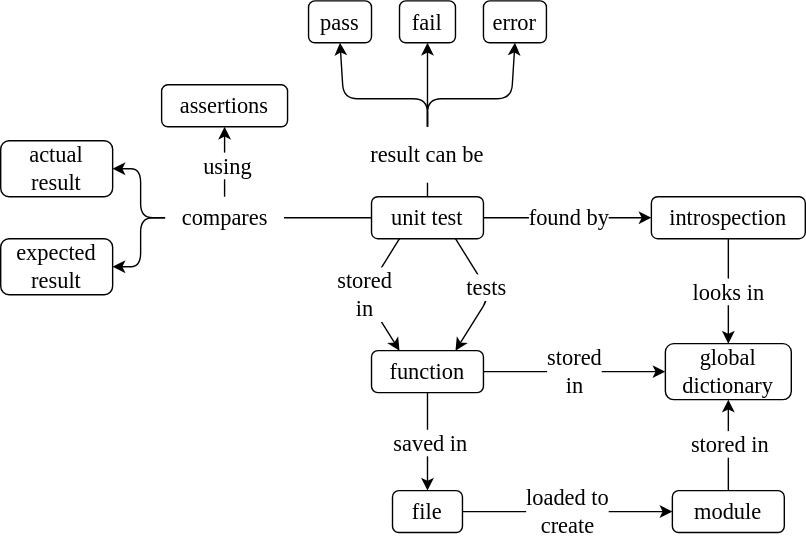
Above: sdxpy/tester/tester_concept_map.svg in gvwilson/thirdbit (draw.io), before the change. Source tidied: cells renumbered, new cells last; positions are measured from the earlier drawing's top-left corner, leaving out a move shared by most shapes.
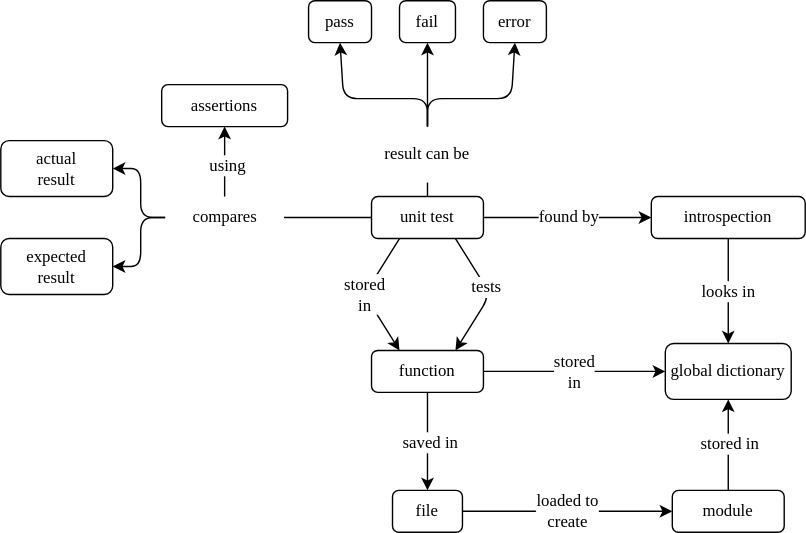
After the change.

What changed in the source:
```diff
@@ -2,31 +2,31 @@
   <root>
     <mxCell id="0" />
     <mxCell id="1" parent="0" />
-    <mxCell id="2" value="&lt;font style=&quot;font-size: 16px;&quot;&gt;unit test&lt;/font&gt;" style="rounded=1;whiteSpace=wrap;html=1;hachureGap=4;fontFamily=Verdana;fontSize=16;fillColor=none;" parent="1" vertex="1">
+    <mxCell id="2" value="&lt;font style=&quot;font-size: 12px;&quot;&gt;unit test&lt;/font&gt;" style="rounded=1;whiteSpace=wrap;html=1;hachureGap=4;fontFamily=Verdana;fontSize=12;fillColor=none;" parent="1" vertex="1">
       <mxGeometry x="265" y="140" width="80" height="30" as="geometry" />
     </mxCell>
-    <mxCell id="3" value="&lt;font style=&quot;font-size: 16px;&quot;&gt;pass&lt;/font&gt;" style="rounded=1;whiteSpace=wrap;html=1;hachureGap=4;fontFamily=Verdana;fontSize=16;fillColor=none;" parent="1" vertex="1">
+    <mxCell id="3" value="&lt;font style=&quot;font-size: 12px;&quot;&gt;pass&lt;/font&gt;" style="rounded=1;whiteSpace=wrap;html=1;hachureGap=4;fontFamily=Verdana;fontSize=12;fillColor=none;" parent="1" vertex="1">
       <mxGeometry x="220" width="45" height="30" as="geometry" />
     </mxCell>
-    <mxCell id="4" value="&lt;font style=&quot;font-size: 16px;&quot;&gt;fail&lt;/font&gt;" style="rounded=1;whiteSpace=wrap;html=1;hachureGap=4;fontFamily=Verdana;fontSize=16;fillColor=none;" parent="1" vertex="1">
+    <mxCell id="4" value="&lt;font style=&quot;font-size: 12px;&quot;&gt;fail&lt;/font&gt;" style="rounded=1;whiteSpace=wrap;html=1;hachureGap=4;fontFamily=Verdana;fontSize=12;fillColor=none;" parent="1" vertex="1">
       <mxGeometry x="285" width="40" height="30" as="geometry" />
     </mxCell>
-    <mxCell id="5" value="&lt;font style=&quot;font-size: 16px;&quot;&gt;error&lt;/font&gt;" style="rounded=1;whiteSpace=wrap;html=1;hachureGap=4;fontFamily=Verdana;fontSize=16;fillColor=none;" parent="1" vertex="1">
+    <mxCell id="5" value="&lt;font style=&quot;font-size: 12px;&quot;&gt;error&lt;/font&gt;" style="rounded=1;whiteSpace=wrap;html=1;hachureGap=4;fontFamily=Verdana;fontSize=12;fillColor=none;" parent="1" vertex="1">
       <mxGeometry x="345" width="45" height="30" as="geometry" />
     </mxCell>
-    <mxCell id="6" value="&lt;font style=&quot;font-size: 16px; line-height: 1;&quot;&gt;actual&lt;br style=&quot;font-size: 16px;&quot;&gt;result&lt;br style=&quot;font-size: 16px;&quot;&gt;&lt;/font&gt;" style="rounded=1;whiteSpace=wrap;html=1;hachureGap=4;fontFamily=Verdana;fontSize=16;fillColor=none;" parent="1" vertex="1">
+    <mxCell id="6" value="&lt;font style=&quot;font-size: 12px; line-height: 1;&quot;&gt;actual&lt;br style=&quot;font-size: 12px;&quot;&gt;result&lt;br style=&quot;font-size: 12px;&quot;&gt;&lt;/font&gt;" style="rounded=1;whiteSpace=wrap;html=1;hachureGap=4;fontFamily=Verdana;fontSize=12;fillColor=none;" parent="1" vertex="1">
       <mxGeometry y="100" width="80" height="40" as="geometry" />
     </mxCell>
-    <mxCell id="7" value="&lt;font style=&quot;font-size: 16px; line-height: 1;&quot;&gt;expected&lt;br style=&quot;font-size: 16px;&quot;&gt;result&lt;br style=&quot;font-size: 16px;&quot;&gt;&lt;/font&gt;" style="rounded=1;whiteSpace=wrap;html=1;hachureGap=4;fontFamily=Verdana;fontSize=16;fillColor=none;" parent="1" vertex="1">
+    <mxCell id="7" value="&lt;font style=&quot;font-size: 12px; line-height: 1;&quot;&gt;expected&lt;br style=&quot;font-size: 12px;&quot;&gt;result&lt;br style=&quot;font-size: 12px;&quot;&gt;&lt;/font&gt;" style="rounded=1;whiteSpace=wrap;html=1;hachureGap=4;fontFamily=Verdana;fontSize=12;fillColor=none;" parent="1" vertex="1">
       <mxGeometry y="170" width="80" height="40" as="geometry" />
     </mxCell>
-    <mxCell id="8" value="&lt;font style=&quot;font-size: 16px; line-height: 1;&quot;&gt;introspection&lt;br style=&quot;font-size: 16px;&quot;&gt;&lt;/font&gt;" style="rounded=1;whiteSpace=wrap;html=1;hachureGap=4;fontFamily=Verdana;fontSize=16;fillColor=none;" parent="1" vertex="1">
+    <mxCell id="8" value="&lt;font style=&quot;font-size: 12px; line-height: 1;&quot;&gt;introspection&lt;br style=&quot;font-size: 12px;&quot;&gt;&lt;/font&gt;" style="rounded=1;whiteSpace=wrap;html=1;hachureGap=4;fontFamily=Verdana;fontSize=12;fillColor=none;" parent="1" vertex="1">
       <mxGeometry x="465" y="140" width="110" height="30" as="geometry" />
     </mxCell>
-    <mxCell id="9" value="&lt;font style=&quot;font-size: 16px;&quot;&gt;assertions&lt;/font&gt;" style="rounded=1;whiteSpace=wrap;html=1;hachureGap=4;fontFamily=Verdana;fontSize=16;fillColor=none;" parent="1" vertex="1">
+    <mxCell id="9" value="&lt;font style=&quot;font-size: 12px;&quot;&gt;assertions&lt;/font&gt;" style="rounded=1;whiteSpace=wrap;html=1;hachureGap=4;fontFamily=Verdana;fontSize=12;fillColor=none;" parent="1" vertex="1">
       <mxGeometry x="115" y="60" width="90" height="30" as="geometry" />
     </mxCell>
-    <mxCell id="10" style="endArrow=classic;html=1;rounded=1;hachureGap=4;fontFamily=Verdana;fontSize=16;sourcePerimeterSpacing=8;targetPerimeterSpacing=8;entryX=0.5;entryY=1;entryDx=0;entryDy=0;exitX=0.5;exitY=0;exitDx=0;exitDy=0;" parent="1" edge="1" source="11" target="3">
+    <mxCell id="10" style="endArrow=classic;html=1;rounded=1;hachureGap=4;fontFamily=Verdana;fontSize=12;sourcePerimeterSpacing=8;targetPerimeterSpacing=8;entryX=0.5;entryY=1;entryDx=0;entryDy=0;exitX=0.5;exitY=0;exitDx=0;exitDy=0;" parent="1" edge="1" source="11" target="3">
       <mxGeometry relative="1" as="geometry">
         <Array as="points">
           <mxPoint x="305" y="70" />
@@ -34,10 +34,10 @@
         </Array>
       </mxGeometry>
     </mxCell>
-    <mxCell id="11" value="result can be" style="text;html=1;strokeColor=none;fillColor=none;align=center;verticalAlign=middle;whiteSpace=wrap;rounded=0;sketch=1;hachureGap=4;fontFamily=Verdana;fontSize=16;" parent="1" vertex="1">
+    <mxCell id="11" value="result can be" style="text;html=1;strokeColor=none;fillColor=none;align=center;verticalAlign=middle;whiteSpace=wrap;rounded=0;sketch=1;hachureGap=4;fontFamily=Verdana;fontSize=12;" parent="1" vertex="1">
       <mxGeometry x="240" y="90" width="130" height="40" as="geometry" />
     </mxCell>
-    <mxCell id="12" style="endArrow=classic;html=1;rounded=1;hachureGap=4;fontFamily=Verdana;fontSize=16;sourcePerimeterSpacing=8;targetPerimeterSpacing=8;entryX=0.5;entryY=1;entryDx=0;entryDy=0;exitX=0.5;exitY=0;exitDx=0;exitDy=0;" parent="1" edge="1" source="11" target="5">
+    <mxCell id="12" style="endArrow=classic;html=1;rounded=1;hachureGap=4;fontFamily=Verdana;fontSize=12;sourcePerimeterSpacing=8;targetPerimeterSpacing=8;entryX=0.5;entryY=1;entryDx=0;entryDy=0;exitX=0.5;exitY=0;exitDx=0;exitDy=0;" parent="1" edge="1" source="11" target="5">
       <mxGeometry relative="1" as="geometry">
         <Array as="points">
           <mxPoint x="305" y="70" />
@@ -45,13 +45,13 @@
         </Array>
       </mxGeometry>
     </mxCell>
-    <mxCell id="13" value="compares" style="text;html=1;strokeColor=none;fillColor=none;align=center;verticalAlign=middle;whiteSpace=wrap;rounded=0;sketch=1;hachureGap=4;fontFamily=Verdana;fontSize=16;" parent="1" vertex="1">
+    <mxCell id="13" value="compares" style="text;html=1;strokeColor=none;fillColor=none;align=center;verticalAlign=middle;whiteSpace=wrap;rounded=0;sketch=1;hachureGap=4;fontFamily=Verdana;fontSize=12;" parent="1" vertex="1">
       <mxGeometry x="117.5" y="140" width="85" height="30" as="geometry" />
     </mxCell>
-    <mxCell id="14" style="endArrow=none;html=1;rounded=0;hachureGap=4;fontFamily=Verdana;fontSize=16;sourcePerimeterSpacing=8;targetPerimeterSpacing=8;curved=1;entryX=0;entryY=0.5;entryDx=0;entryDy=0;exitX=1;exitY=0.5;exitDx=0;exitDy=0;" parent="1" edge="1" source="13" target="2">
+    <mxCell id="14" style="endArrow=none;html=1;rounded=0;hachureGap=4;fontFamily=Verdana;fontSize=12;sourcePerimeterSpacing=8;targetPerimeterSpacing=8;curved=1;entryX=0;entryY=0.5;entryDx=0;entryDy=0;exitX=1;exitY=0.5;exitDx=0;exitDy=0;" parent="1" edge="1" source="13" target="2">
       <mxGeometry relative="1" as="geometry" />
     </mxCell>
-    <mxCell id="15" style="endArrow=classic;html=1;rounded=1;hachureGap=4;fontFamily=Verdana;fontSize=16;sourcePerimeterSpacing=8;targetPerimeterSpacing=8;entryX=1;entryY=0.5;entryDx=0;entryDy=0;exitX=0;exitY=0.5;exitDx=0;exitDy=0;" parent="1" edge="1" source="13" target="6">
+    <mxCell id="15" style="endArrow=classic;html=1;rounded=1;hachureGap=4;fontFamily=Verdana;fontSize=12;sourcePerimeterSpacing=8;targetPerimeterSpacing=8;entryX=1;entryY=0.5;entryDx=0;entryDy=0;exitX=0;exitY=0.5;exitDx=0;exitDy=0;" parent="1" edge="1" source="13" target="6">
       <mxGeometry relative="1" as="geometry">
         <Array as="points">
           <mxPoint x="100" y="155" />
@@ -59,7 +59,7 @@
         </Array>
       </mxGeometry>
     </mxCell>
-    <mxCell id="16" style="endArrow=classic;html=1;rounded=1;hachureGap=4;fontFamily=Verdana;fontSize=16;sourcePerimeterSpacing=8;targetPerimeterSpacing=8;entryX=1;entryY=0.5;entryDx=0;entryDy=0;exitX=0;exitY=0.5;exitDx=0;exitDy=0;" parent="1" edge="1" source="13" target="7">
+    <mxCell id="16" style="endArrow=classic;html=1;rounded=1;hachureGap=4;fontFamily=Verdana;fontSize=12;sourcePerimeterSpacing=8;targetPerimeterSpacing=8;entryX=1;entryY=0.5;entryDx=0;entryDy=0;exitX=0;exitY=0.5;exitDx=0;exitDy=0;" parent="1" edge="1" source="13" target="7">
       <mxGeometry relative="1" as="geometry">
         <Array as="points">
           <mxPoint x="100" y="155" />
@@ -67,72 +67,72 @@
         </Array>
       </mxGeometry>
     </mxCell>
-    <mxCell id="17" style="endArrow=classic;html=1;rounded=0;hachureGap=4;fontFamily=Verdana;fontSize=16;sourcePerimeterSpacing=8;targetPerimeterSpacing=8;curved=1;exitX=0.5;exitY=0;exitDx=0;exitDy=0;entryX=0.5;entryY=1;entryDx=0;entryDy=0;" parent="1" edge="1" source="13" target="9">
+    <mxCell id="17" style="endArrow=classic;html=1;rounded=0;hachureGap=4;fontFamily=Verdana;fontSize=12;sourcePerimeterSpacing=8;targetPerimeterSpacing=8;curved=1;exitX=0.5;exitY=0;exitDx=0;exitDy=0;entryX=0.5;entryY=1;entryDx=0;entryDy=0;" parent="1" edge="1" source="13" target="9">
       <mxGeometry relative="1" as="geometry" />
     </mxCell>
-    <mxCell id="18" value="using" style="edgeLabel;html=1;align=center;verticalAlign=middle;fontSize=16;fontFamily=Verdana;" parent="17" vertex="1">
+    <mxCell id="18" value="using" style="edgeLabel;html=1;align=center;verticalAlign=middle;fontSize=12;fontFamily=Verdana;" parent="17" vertex="1">
       <mxGeometry x="-0.1" y="-1" relative="1" as="geometry" />
     </mxCell>
-    <mxCell id="19" value="&lt;font style=&quot;font-size: 16px;&quot;&gt;function&lt;/font&gt;" style="rounded=1;whiteSpace=wrap;html=1;hachureGap=4;fontFamily=Verdana;fontSize=16;fillColor=none;" parent="1" vertex="1">
+    <mxCell id="19" value="&lt;font style=&quot;font-size: 12px;&quot;&gt;function&lt;/font&gt;" style="rounded=1;whiteSpace=wrap;html=1;hachureGap=4;fontFamily=Verdana;fontSize=12;fillColor=none;" parent="1" vertex="1">
       <mxGeometry x="265" y="250" width="80" height="30" as="geometry" />
     </mxCell>
-    <mxCell id="20" style="endArrow=classic;html=1;rounded=1;hachureGap=4;fontFamily=Verdana;fontSize=16;sourcePerimeterSpacing=8;targetPerimeterSpacing=8;exitX=0.75;exitY=1;exitDx=0;exitDy=0;entryX=0.75;entryY=0;entryDx=0;entryDy=0;" parent="1" edge="1" source="2" target="19">
+    <mxCell id="20" style="endArrow=classic;html=1;rounded=1;hachureGap=4;fontFamily=Verdana;fontSize=12;sourcePerimeterSpacing=8;targetPerimeterSpacing=8;exitX=0.75;exitY=1;exitDx=0;exitDy=0;entryX=0.75;entryY=0;entryDx=0;entryDy=0;" parent="1" edge="1" source="2" target="19">
       <mxGeometry relative="1" as="geometry">
         <Array as="points">
           <mxPoint x="350" y="210" />
         </Array>
       </mxGeometry>
     </mxCell>
-    <mxCell id="21" value="tests" style="edgeLabel;html=1;align=center;verticalAlign=middle;fontSize=16;fontFamily=Verdana;" parent="20" vertex="1">
+    <mxCell id="21" value="tests" style="edgeLabel;html=1;align=center;verticalAlign=middle;fontSize=12;fontFamily=Verdana;" parent="20" vertex="1">
       <mxGeometry x="-0.13" relative="1" as="geometry" />
     </mxCell>
-    <mxCell id="22" style="endArrow=classic;html=1;rounded=0;hachureGap=4;fontFamily=Verdana;fontSize=16;sourcePerimeterSpacing=8;targetPerimeterSpacing=8;curved=1;entryX=0;entryY=0.5;entryDx=0;entryDy=0;exitX=1;exitY=0.5;exitDx=0;exitDy=0;" parent="1" edge="1" source="2" target="8">
+    <mxCell id="22" style="endArrow=classic;html=1;rounded=0;hachureGap=4;fontFamily=Verdana;fontSize=12;sourcePerimeterSpacing=8;targetPerimeterSpacing=8;curved=1;entryX=0;entryY=0.5;entryDx=0;entryDy=0;exitX=1;exitY=0.5;exitDx=0;exitDy=0;" parent="1" edge="1" source="2" target="8">
       <mxGeometry relative="1" as="geometry" />
     </mxCell>
-    <mxCell id="23" value="found by" style="edgeLabel;html=1;align=center;verticalAlign=middle;fontSize=16;fontFamily=Verdana;" parent="22" vertex="1">
+    <mxCell id="23" value="found by" style="edgeLabel;html=1;align=center;verticalAlign=middle;fontSize=12;fontFamily=Verdana;" parent="22" vertex="1">
       <mxGeometry y="1" relative="1" as="geometry" />
     </mxCell>
-    <mxCell id="24" value="&lt;font style=&quot;font-size: 16px;&quot;&gt;global dictionary&lt;/font&gt;" style="rounded=1;whiteSpace=wrap;html=1;hachureGap=4;fontFamily=Verdana;fontSize=16;fillColor=none;" parent="1" vertex="1">
+    <mxCell id="24" value="&lt;font style=&quot;font-size: 12px;&quot;&gt;global dictionary&lt;/font&gt;" style="rounded=1;whiteSpace=wrap;html=1;hachureGap=4;fontFamily=Verdana;fontSize=12;fillColor=none;" parent="1" vertex="1">
       <mxGeometry x="475" y="245" width="90" height="40" as="geometry" />
     </mxCell>
-    <mxCell id="25" value="looks in" style="endArrow=classic;html=1;rounded=1;hachureGap=4;fontFamily=Verdana;fontSize=16;sourcePerimeterSpacing=8;targetPerimeterSpacing=8;entryX=0.5;entryY=0;entryDx=0;entryDy=0;exitX=0.5;exitY=1;exitDx=0;exitDy=0;" parent="1" edge="1" source="8" target="24">
+    <mxCell id="25" value="looks in" style="endArrow=classic;html=1;rounded=1;hachureGap=4;fontFamily=Verdana;fontSize=12;sourcePerimeterSpacing=8;targetPerimeterSpacing=8;entryX=0.5;entryY=0;entryDx=0;entryDy=0;exitX=0.5;exitY=1;exitDx=0;exitDy=0;" parent="1" edge="1" source="8" target="24">
       <mxGeometry relative="1" as="geometry" />
     </mxCell>
-    <mxCell id="26" style="endArrow=classic;html=1;rounded=1;hachureGap=4;fontFamily=Verdana;fontSize=16;sourcePerimeterSpacing=8;targetPerimeterSpacing=8;entryX=0.5;entryY=1;entryDx=0;entryDy=0;exitX=0.5;exitY=0;exitDx=0;exitDy=0;" parent="1" edge="1" source="11" target="4">
+    <mxCell id="26" style="endArrow=classic;html=1;rounded=1;hachureGap=4;fontFamily=Verdana;fontSize=12;sourcePerimeterSpacing=8;targetPerimeterSpacing=8;entryX=0.5;entryY=1;entryDx=0;entryDy=0;exitX=0.5;exitY=0;exitDx=0;exitDy=0;" parent="1" edge="1" source="11" target="4">
       <mxGeometry relative="1" as="geometry" />
     </mxCell>
-    <mxCell id="27" style="endArrow=none;html=1;rounded=0;exitX=0.5;exitY=0;exitDx=0;exitDy=0;entryX=0.5;entryY=1;entryDx=0;entryDy=0;" parent="1" edge="1" source="2" target="11">
+    <mxCell id="27" style="endArrow=none;html=1;rounded=0;exitX=0.5;exitY=0;exitDx=0;exitDy=0;entryX=0.5;entryY=1;entryDx=0;entryDy=0;fontFamily=Verdana;fontSize=12;" parent="1" edge="1" source="2" target="11">
       <mxGeometry relative="1" as="geometry" />
     </mxCell>
-    <mxCell id="28" style="endArrow=classic;html=1;rounded=0;hachureGap=4;fontFamily=Verdana;fontSize=16;sourcePerimeterSpacing=8;targetPerimeterSpacing=8;curved=1;entryX=0.5;entryY=0;entryDx=0;entryDy=0;exitX=0.5;exitY=1;exitDx=0;exitDy=0;" parent="1" edge="1" source="19" target="31">
+    <mxCell id="28" style="endArrow=classic;html=1;rounded=0;hachureGap=4;fontFamily=Verdana;fontSize=12;sourcePerimeterSpacing=8;targetPerimeterSpacing=8;curved=1;entryX=0.5;entryY=0;entryDx=0;entryDy=0;exitX=0.5;exitY=1;exitDx=0;exitDy=0;" parent="1" edge="1" source="19" target="31">
       <mxGeometry relative="1" as="geometry" />
     </mxCell>
-    <mxCell id="29" value="saved in" style="edgeLabel;html=1;align=center;verticalAlign=middle;fontSize=16;fontFamily=Verdana;" parent="28" vertex="1">
+    <mxCell id="29" value="saved in" style="edgeLabel;html=1;align=center;verticalAlign=middle;fontSize=12;fontFamily=Verdana;" parent="28" vertex="1">
       <mxGeometry y="1" relative="1" as="geometry" />
     </mxCell>
-    <mxCell id="30" value="&lt;font style=&quot;font-size: 16px&quot; face=&quot;Verdana&quot;&gt;stored&lt;br&gt;in&lt;/font&gt;" style="endArrow=classic;html=1;rounded=1;exitX=0.25;exitY=1;exitDx=0;exitDy=0;entryX=0.25;entryY=0;entryDx=0;entryDy=0;" parent="1" edge="1" source="2" target="19">
+    <mxCell id="30" value="&lt;font style=&quot;font-size: 12px;&quot;&gt;stored&lt;br style=&quot;font-size: 12px;&quot;&gt;in&lt;/font&gt;" style="endArrow=classic;html=1;rounded=1;exitX=0.25;exitY=1;exitDx=0;exitDy=0;entryX=0.25;entryY=0;entryDx=0;entryDy=0;fontFamily=Verdana;fontSize=12;" parent="1" edge="1" source="2" target="19">
       <mxGeometry relative="1" as="geometry">
         <Array as="points">
           <mxPoint x="260" y="210" />
         </Array>
       </mxGeometry>
     </mxCell>
-    <mxCell id="31" value="&lt;font style=&quot;font-size: 16px&quot;&gt;file&lt;/font&gt;" style="rounded=1;whiteSpace=wrap;html=1;hachureGap=4;fontFamily=Verdana;fontSize=16;fillColor=none;" parent="1" vertex="1">
+    <mxCell id="31" value="&lt;font style=&quot;font-size: 12px;&quot;&gt;file&lt;/font&gt;" style="rounded=1;whiteSpace=wrap;html=1;hachureGap=4;fontFamily=Verdana;fontSize=12;fillColor=none;" parent="1" vertex="1">
       <mxGeometry x="280" y="350" width="50" height="30" as="geometry" />
     </mxCell>
-    <mxCell id="32" value="&lt;font style=&quot;font-size: 16px&quot;&gt;module&lt;/font&gt;" style="rounded=1;whiteSpace=wrap;html=1;hachureGap=4;fontFamily=Verdana;fontSize=16;fillColor=none;" parent="1" vertex="1">
+    <mxCell id="32" value="&lt;font style=&quot;font-size: 12px;&quot;&gt;module&lt;/font&gt;" style="rounded=1;whiteSpace=wrap;html=1;hachureGap=4;fontFamily=Verdana;fontSize=12;fillColor=none;" parent="1" vertex="1">
       <mxGeometry x="480" y="350" width="80" height="30" as="geometry" />
     </mxCell>
-    <mxCell id="33" value="loaded to&lt;br&gt;create" style="endArrow=classic;html=1;rounded=1;fontFamily=Verdana;fontSize=16;exitX=1;exitY=0.5;exitDx=0;exitDy=0;entryX=0;entryY=0.5;entryDx=0;entryDy=0;" parent="1" edge="1" source="31" target="32">
+    <mxCell id="33" value="loaded to&lt;br style=&quot;font-size: 12px;&quot;&gt;create" style="endArrow=classic;html=1;rounded=1;fontFamily=Verdana;fontSize=12;exitX=1;exitY=0.5;exitDx=0;exitDy=0;entryX=0;entryY=0.5;entryDx=0;entryDy=0;" parent="1" edge="1" source="31" target="32">
       <mxGeometry relative="1" as="geometry" />
     </mxCell>
-    <mxCell id="34" style="endArrow=classic;html=1;rounded=1;fontFamily=Verdana;fontSize=16;entryX=0.5;entryY=1;entryDx=0;entryDy=0;" parent="1" edge="1" source="32" target="24">
+    <mxCell id="34" style="endArrow=classic;html=1;rounded=1;fontFamily=Verdana;fontSize=12;entryX=0.5;entryY=1;entryDx=0;entryDy=0;" parent="1" edge="1" source="32" target="24">
       <mxGeometry relative="1" as="geometry" />
     </mxCell>
-    <mxCell id="35" value="stored in" style="edgeLabel;html=1;align=center;verticalAlign=middle;fontSize=16;fontFamily=Verdana;" parent="34" vertex="1">
+    <mxCell id="35" value="stored in" style="edgeLabel;html=1;align=center;verticalAlign=middle;fontSize=12;fontFamily=Verdana;" parent="34" vertex="1">
       <mxGeometry x="0.05" relative="1" as="geometry" />
     </mxCell>
-    <mxCell id="36" value="stored&lt;br&gt;in" style="endArrow=classic;html=1;rounded=1;fontFamily=Verdana;fontSize=16;exitX=1;exitY=0.5;exitDx=0;exitDy=0;entryX=0;entryY=0.5;entryDx=0;entryDy=0;" parent="1" edge="1" source="19" target="24">
+    <mxCell id="36" value="stored&lt;br style=&quot;font-size: 12px;&quot;&gt;in" style="endArrow=classic;html=1;rounded=1;fontFamily=Verdana;fontSize=12;exitX=1;exitY=0.5;exitDx=0;exitDy=0;entryX=0;entryY=0.5;entryDx=0;entryDy=0;" parent="1" edge="1" source="19" target="24">
       <mxGeometry relative="1" as="geometry" />
     </mxCell>
   </root>
```
